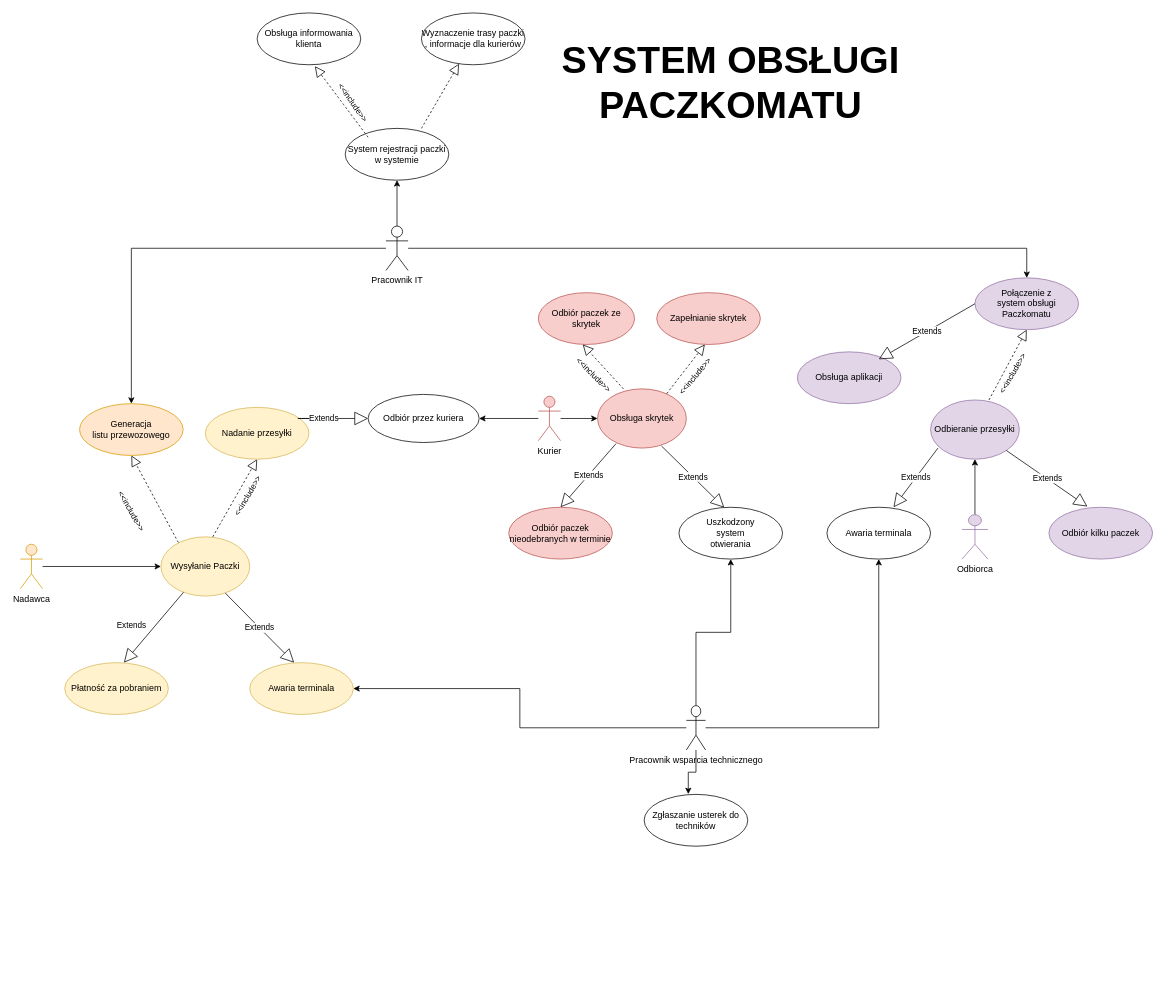
Above: diagram.drawio in mardyr/UML-and-diagrams (draw.io), before the change. Source tidied: cells renumbered, new cells numbered last; positions are measured from the earlier drawing's top-left corner, leaving out a move shared by most shapes. Both pictures are drawn from the tidied source at 74%, with x=0, y=0 at pixel (20, 13).
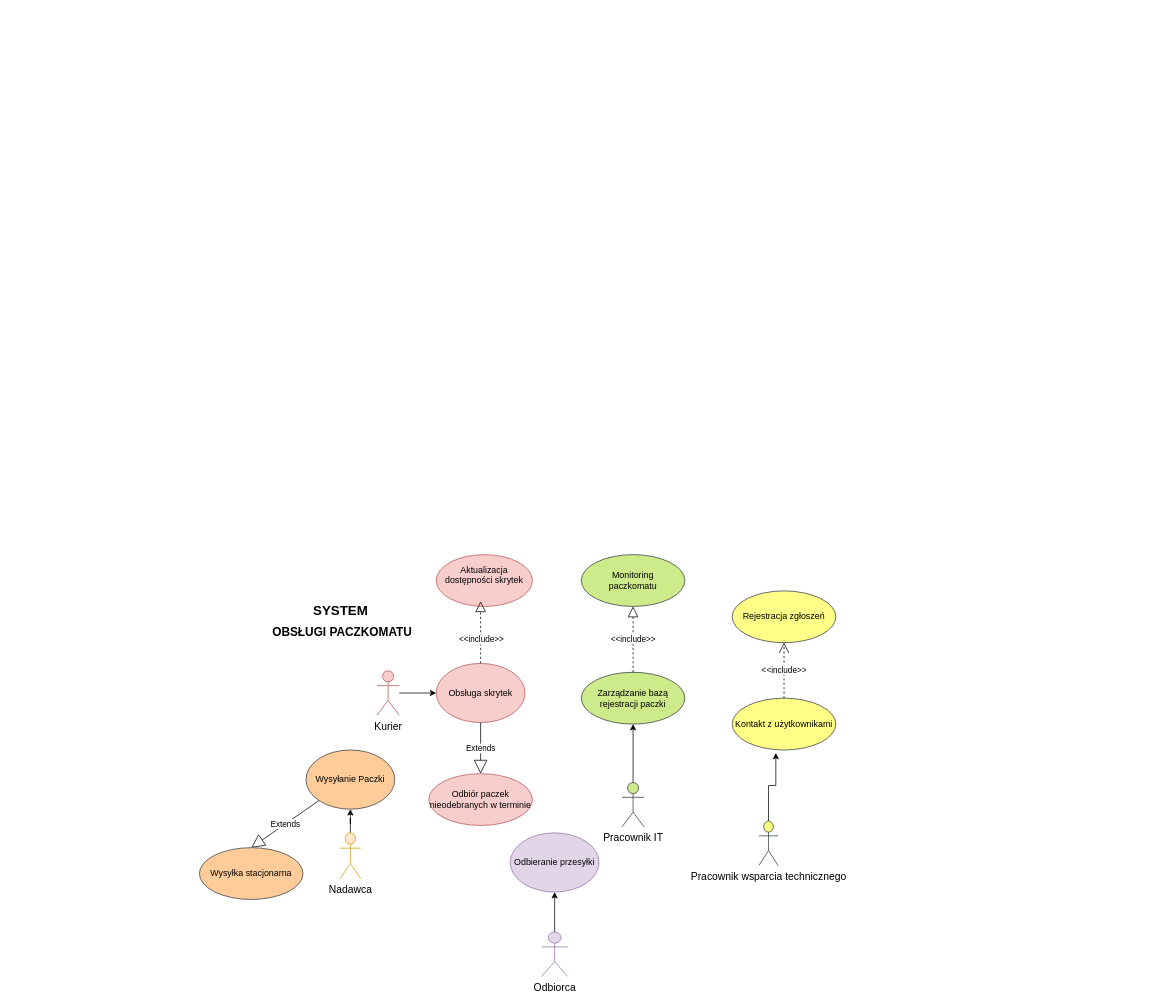
The same page after the edit.

Commit message:
Parcel locker update.drawio

What changed in the source:
```diff
@@
-    <mxCell id="3" value="Nadawca" style="shape=umlActor;verticalLabelPosition=bottom;verticalAlign=top;html=1;outlineConnect=0;fillColor=#ffe6cc;strokeColor=#d79b00;" parent="1" vertex="1">
-      <mxGeometry y="718" width="30" height="60" as="geometry" />
+    <mxCell id="3" value="&lt;font style=&quot;font-size: 14px&quot;&gt;Nadawca&lt;/font&gt;" style="shape=umlActor;verticalLabelPosition=bottom;verticalAlign=top;html=1;outlineConnect=0;fillColor=#ffe6cc;strokeColor=#d79b00;" parent="1" vertex="1">
+      <mxGeometry x="432" y="1108" width="28" height="62" as="geometry" />
     </mxCell>
-    <mxCell id="4" style="edgeStyle=orthogonalEdgeStyle;rounded=0;jettySize=auto;html=1;entryX=1;entryY=0.5;entryDx=0;entryDy=0;" parent="1" edge="1" source="6" target="17">
-      <mxGeometry relative="1" as="geometry" />
-    </mxCell>
@@
-    <mxCell id="6" value="Kurier" style="shape=umlActor;verticalLabelPosition=bottom;verticalAlign=top;html=1;outlineConnect=0;fillColor=#f8cecc;strokeColor=#b85450;" parent="1" vertex="1">
-      <mxGeometry x="700" y="518" width="30" height="60" as="geometry" />
+    <mxCell id="6" value="&lt;font style=&quot;font-size: 14px&quot;&gt;Kurier&lt;/font&gt;" style="shape=umlActor;verticalLabelPosition=bottom;verticalAlign=top;html=1;outlineConnect=0;fillColor=#f8cecc;strokeColor=#b85450;" parent="1" vertex="1">
+      <mxGeometry x="482" y="889" width="30" height="60" as="geometry" />
     </mxCell>
-    <mxCell id="7" value="Wysyłanie Paczki" style="ellipse;whiteSpace=wrap;html=1;fillColor=#fff2cc;strokeColor=#d6b656;" parent="1" vertex="1">
-      <mxGeometry x="190" y="708" width="120" height="80" as="geometry" />
+    <mxCell id="7" value="Wysyłanie Paczki" style="ellipse;whiteSpace=wrap;html=1;fillColor=#ffcc99;strokeColor=#36393d;" parent="1" vertex="1">
+      <mxGeometry x="386" y="996" width="120" height="80" as="geometry" />
     </mxCell>
     <mxCell id="8" value="Obsługa skrytek" style="ellipse;whiteSpace=wrap;html=1;strokeWidth=1;fontSize=12;fillColor=#f8cecc;strokeColor=#b85450;" parent="1" vertex="1">
-      <mxGeometry x="780" y="508" width="120" height="80" as="geometry" />
+      <mxGeometry x="562" y="879" width="120" height="80" as="geometry" />
     </mxCell>
-    <mxCell id="9" style="endArrow=block;dashed=1;endFill=0;endSize=12;html=1;exitX=0.5;exitY=0;exitDx=0;exitDy=0;entryX=0.5;entryY=1;entryDx=0;entryDy=0;" parent="1" edge="1" target="11">
-      <mxGeometry relative="1" as="geometry">
-        <mxPoint x="213.5" y="715.6" as="sourcePoint" />
-      </mxGeometry>
-    </mxCell>
-    <mxCell id="10" value="&amp;lt;&amp;lt;include&amp;gt;&amp;gt;" style="edgeLabel;html=1;align=center;verticalAlign=middle;rotation=60;" parent="9" vertex="1">
-      <mxGeometry x="-0.2" y="2" relative="1" as="geometry">
-        <mxPoint x="-36.3" y="2.5" as="offset" />
-      </mxGeometry>
-    </mxCell>
-    <mxCell id="11" value="&lt;div&gt;Generacja &lt;br&gt;&lt;/div&gt;&lt;div&gt;listu przewozowego&lt;br&gt;&lt;/div&gt;" style="ellipse;whiteSpace=wrap;html=1;fillColor=#ffe6cc;strokeColor=#d79b00;" parent="1" vertex="1">
-      <mxGeometry x="80" y="528" width="140" height="70" as="geometry" />
-    </mxCell>
-    <mxCell id="12" value="Extends" style="endArrow=block;endSize=16;endFill=0;html=1;" parent="1" edge="1" source="7">
-      <mxGeometry x="0.28" y="-25" relative="1" as="geometry">
-        <mxPoint x="140" y="878" as="targetPoint" />
-      </mxGeometry>
-    </mxCell>
-    <mxCell id="13" style="endArrow=block;dashed=1;endFill=0;endSize=12;html=1;entryX=0.5;entryY=1;entryDx=0;entryDy=0;" parent="1" edge="1" target="14">
-      <mxGeometry relative="1" as="geometry">
-        <mxPoint x="260" y="708" as="sourcePoint" />
-      </mxGeometry>
-    </mxCell>
-    <mxCell id="14" value="Nadanie przesyłki" style="ellipse;whiteSpace=wrap;html=1;fillColor=#fff2cc;strokeColor=#d6b656;" parent="1" vertex="1">
-      <mxGeometry x="250" y="533" width="140" height="70" as="geometry" />
-    </mxCell>
-    <mxCell id="15" value="&amp;lt;&amp;lt;include&amp;gt;&amp;gt;" style="edgeLabel;html=1;align=center;verticalAlign=middle;rotation=-60;" parent="1" vertex="1">
-      <mxGeometry x="460" y="778" as="geometry">
-        <mxPoint x="31.4" y="-195.5" as="offset" />
-      </mxGeometry>
-    </mxCell>
-    <mxCell id="16" value="Płatność za pobraniem" style="ellipse;whiteSpace=wrap;html=1;fillColor=#fff2cc;strokeColor=#d6b656;" parent="1" vertex="1">
-      <mxGeometry x="60" y="878" width="140" height="70" as="geometry" />
-    </mxCell>
-    <mxCell id="17" value="Odbiór przez kuriera" style="ellipse;whiteSpace=wrap;html=1;" parent="1" vertex="1">
-      <mxGeometry x="470" y="515.5" width="150" height="65" as="geometry" />
-    </mxCell>
-    <mxCell id="18" value="Extends" style="endArrow=block;endSize=16;endFill=0;html=1;" parent="1" edge="1" target="17">
-      <mxGeometry relative="1" as="geometry">
-        <mxPoint x="390" y="548" as="sourcePoint" />
-        <Array as="points">
-          <mxPoint x="370" y="548" />
-          <mxPoint x="390" y="548" />
-        </Array>
-      </mxGeometry>
-    </mxCell>
-    <mxCell id="19" value="Awaria terminala" style="ellipse;whiteSpace=wrap;html=1;fillColor=#fff2cc;strokeColor=#d6b656;" parent="1" vertex="1">
-      <mxGeometry x="310" y="878" width="140" height="70" as="geometry" />
-    </mxCell>
-    <mxCell id="20" value="Extends" style="endArrow=block;endSize=16;endFill=0;html=1;exitX=0.725;exitY=0.95;exitDx=0;exitDy=0;exitPerimeter=0;" parent="1" edge="1" source="7">
-      <mxGeometry relative="1" as="geometry">
-        <mxPoint x="370" y="878" as="targetPoint" />
-        <Array as="points">
-          <mxPoint x="340" y="848" />
-        </Array>
-      </mxGeometry>
-    </mxCell>
-    <mxCell id="21" value="Odbiór paczek ze skrytek" style="ellipse;whiteSpace=wrap;html=1;fillColor=#f8cecc;strokeColor=#b85450;" parent="1" vertex="1">
-      <mxGeometry x="700" y="378" width="130" height="70" as="geometry" />
+    <mxCell id="21" value="&lt;div&gt;Aktualizacja dostępności skrytek&lt;/div&gt;&lt;div&gt;&lt;br&gt;&lt;/div&gt;" style="ellipse;whiteSpace=wrap;html=1;fillColor=#f8cecc;strokeColor=#b85450;" parent="1" vertex="1">
+      <mxGeometry x="562" y="732" width="130" height="70" as="geometry" />
     </mxCell>
-    <mxCell id="22" value="Zapełnianie skrytek" style="ellipse;whiteSpace=wrap;html=1;fillColor=#f8cecc;strokeColor=#b85450;" parent="1" vertex="1">
-      <mxGeometry x="860" y="378" width="140" height="70" as="geometry" />
-    </mxCell>
-    <mxCell id="23" style="endArrow=block;dashed=1;endFill=0;endSize=12;html=1;" parent="1" edge="1">
+    <mxCell id="23" style="endArrow=block;dashed=1;endFill=0;endSize=12;html=1;exitX=0.5;exitY=0;exitDx=0;exitDy=0;entryX=0.5;entryY=1;entryDx=0;entryDy=0;" parent="1" edge="1" source="8">
       <mxGeometry relative="1" as="geometry">
-        <mxPoint x="815" y="508" as="sourcePoint" />
-        <mxPoint x="760" y="448" as="targetPoint" />
+        <mxPoint x="622" y="795" as="targetPoint" />
       </mxGeometry>
     </mxCell>
-    <mxCell id="24" value="&amp;lt;&amp;lt;include&amp;gt;&amp;gt;" style="edgeLabel;html=1;align=center;verticalAlign=middle;rotation=45;" parent="23" vertex="1">
-      <mxGeometry x="-0.32" relative="1" as="geometry">
-        <mxPoint x="-21.1" y="0.6" as="offset" />
-      </mxGeometry>
-    </mxCell>
-    <mxCell id="25" style="endArrow=block;dashed=1;endFill=0;endSize=12;html=1;exitX=0.779;exitY=0.081;exitDx=0;exitDy=0;exitPerimeter=0;" parent="1" edge="1" source="8">
-      <mxGeometry relative="1" as="geometry">
-        <mxPoint x="925" y="448" as="targetPoint" />
-      </mxGeometry>
-    </mxCell>
-    <mxCell id="26" value="&amp;lt;&amp;lt;include&amp;gt;&amp;gt;" style="edgeLabel;html=1;align=center;verticalAlign=middle;rotation=-50;" parent="25" vertex="1">
-      <mxGeometry x="0.35" y="-2" relative="1" as="geometry">
-        <mxPoint x="1.4" y="20.9" as="offset" />
-      </mxGeometry>
-    </mxCell>
+    <mxCell id="60" value="&amp;lt;&amp;lt;include&amp;gt;&amp;gt;" style="edgeLabel;html=1;align=center;verticalAlign=middle;" parent="23" vertex="1">
+      <mxGeometry x="-0.21" relative="1" as="geometry" />
+    </mxCell>
-    <mxCell id="27" value="Extends" style="endArrow=block;endSize=16;endFill=0;html=1;exitX=0.208;exitY=0.925;exitDx=0;exitDy=0;exitPerimeter=0;entryX=0.5;entryY=0;entryDx=0;entryDy=0;" parent="1" edge="1" source="8" target="28">
+    <mxCell id="27" value="Extends" style="endArrow=block;endSize=16;endFill=0;html=1;exitX=0.5;exitY=1;exitDx=0;exitDy=0;entryX=0.5;entryY=0;entryDx=0;entryDy=0;" parent="1" edge="1" source="8" target="28">
       <mxGeometry relative="1" as="geometry" />
     </mxCell>
     <mxCell id="28" value="&lt;div&gt;Odbiór paczek&lt;/div&gt;&lt;div&gt;nieodebranych w terminie&lt;br&gt;&lt;/div&gt;" style="ellipse;whiteSpace=wrap;html=1;fillColor=#f8cecc;strokeColor=#b85450;" parent="1" vertex="1">
-      <mxGeometry x="660" y="668" width="140" height="70" as="geometry" />
+      <mxGeometry x="552" y="1028" width="140" height="70" as="geometry" />
     </mxCell>
-    <mxCell id="29" value="Extends" style="endArrow=block;endSize=16;endFill=0;html=1;exitX=0.72;exitY=0.965;exitDx=0;exitDy=0;exitPerimeter=0;entryX=0.437;entryY=0.006;entryDx=0;entryDy=0;entryPerimeter=0;" parent="1" edge="1" source="8" target="30">
-      <mxGeometry relative="1" as="geometry" />
-    </mxCell>
-    <mxCell id="30" value="&lt;div&gt;Uszkodzony &lt;br&gt;&lt;/div&gt;&lt;div&gt;system &lt;br&gt;&lt;/div&gt;&lt;div&gt;otwierania&lt;br&gt;&lt;/div&gt;" style="ellipse;whiteSpace=wrap;html=1;" parent="1" vertex="1">
-      <mxGeometry x="890" y="668" width="140" height="70" as="geometry" />
-    </mxCell>
+    <mxCell id="33" value="Odbieranie przesyłki" style="ellipse;whiteSpace=wrap;html=1;fillColor=#e1d5e7;strokeColor=#9673a6;" parent="1" vertex="1">
+      <mxGeometry x="662" y="1108" width="120" height="80" as="geometry" />
+    </mxCell>
+    <mxCell id="43" value="&lt;div&gt;&lt;b&gt;&lt;font style=&quot;font-size: 12px&quot;&gt;&lt;font style=&quot;font-size: 51px&quot;&gt;&lt;font style=&quot;font-size: 18px&quot;&gt;SYSTEM&lt;/font&gt;&lt;br&gt;&lt;/font&gt;&lt;/font&gt;&lt;/b&gt;&lt;/div&gt;&lt;b&gt;&lt;font size=&quot;3&quot;&gt;&amp;nbsp;OBSŁUGI PACZKOMATU&lt;/font&gt;&lt;/b&gt;" style="text;html=1;strokeColor=none;fillColor=none;align=center;verticalAlign=middle;whiteSpace=wrap;rounded=0;" parent="1" vertex="1">
+      <mxGeometry x="74" y="773.5" width="718" height="64" as="geometry" />
+    </mxCell>
+    <mxCell id="61" style="edgeStyle=orthogonalEdgeStyle;rounded=0;jettySize=auto;html=1;entryX=0.421;entryY=1.057;entryDx=0;entryDy=0;entryPerimeter=0;" parent="1" edge="1" source="48" target="62">
+      <mxGeometry relative="1" as="geometry" />
+    </mxCell>
+    <mxCell id="48" value="&lt;font style=&quot;font-size: 14px&quot;&gt;Pracownik wsparcia technicznego&lt;/font&gt;" style="shape=umlActor;verticalLabelPosition=bottom;verticalAlign=top;html=1;outlineConnect=0;fillColor=#ffff88;strokeColor=#36393d;" parent="1" vertex="1">
+      <mxGeometry x="998" y="1092" width="26" height="60" as="geometry" />
+    </mxCell>
+    <mxCell id="52" style="edgeStyle=orthogonalEdgeStyle;rounded=0;jettySize=auto;html=1;entryX=0.5;entryY=1;entryDx=0;entryDy=0;" parent="1" edge="1" source="53" target="54">
+      <mxGeometry relative="1" as="geometry" />
+    </mxCell>
+    <mxCell id="54" value="Zarządzanie bazą rejestracji paczki" style="ellipse;whiteSpace=wrap;html=1;fillColor=#cdeb8b;strokeColor=#36393d;" parent="1" vertex="1">
+      <mxGeometry x="758" y="891" width="140" height="70" as="geometry" />
+    </mxCell>
+    <mxCell id="53" value="&lt;font style=&quot;font-size: 14px&quot;&gt;Pracownik IT&lt;/font&gt;" style="shape=umlActor;verticalLabelPosition=bottom;verticalAlign=top;html=1;fillColor=#cdeb8b;strokeColor=#36393d;" parent="1" vertex="1">
+      <mxGeometry x="813" y="1040" width="30" height="60" as="geometry" />
+    </mxCell>
+    <mxCell id="62" value="&lt;div&gt;Kontakt z użytkownikami&lt;/div&gt;" style="ellipse;whiteSpace=wrap;html=1;fillColor=#ffff88;strokeColor=#36393d;" parent="1" vertex="1">
+      <mxGeometry x="962" y="926" width="140" height="70" as="geometry" />
+    </mxCell>
+    <mxCell id="63" value="&lt;div&gt;Monitoring &lt;br&gt;&lt;/div&gt;&lt;div&gt;paczkomatu&lt;br&gt;&lt;/div&gt;" style="ellipse;whiteSpace=wrap;html=1;fillColor=#cdeb8b;strokeColor=#36393d;" parent="1" vertex="1">
+      <mxGeometry x="758" y="732" width="140" height="70" as="geometry" />
+    </mxCell>
-    <mxCell id="31" style="edgeStyle=orthogonalEdgeStyle;rounded=0;jettySize=auto;html=1;entryX=0.5;entryY=1;entryDx=0;entryDy=0;" parent="1" edge="1" source="32" target="33">
+    <mxCell id="31" style="edgeStyle=orthogonalEdgeStyle;rounded=0;jettySize=auto;html=1;" parent="1" edge="1" source="32" target="33">
       <mxGeometry relative="1" as="geometry" />
     </mxCell>
-    <mxCell id="32" value="Odbiorca" style="shape=umlActor;verticalLabelPosition=bottom;verticalAlign=top;html=1;outlineConnect=0;fillColor=#e1d5e7;strokeColor=#9673a6;" parent="1" vertex="1">
-      <mxGeometry x="1272.5" y="678" width="35" height="60" as="geometry" />
+    <mxCell id="32" value="&lt;font style=&quot;font-size: 14px&quot;&gt;Odbiorca&lt;/font&gt;" style="shape=umlActor;verticalLabelPosition=bottom;verticalAlign=top;html=1;outlineConnect=0;fillColor=#e1d5e7;strokeColor=#9673a6;" parent="1" vertex="1">
+      <mxGeometry x="704.5" y="1242" width="35" height="60" as="geometry" />
     </mxCell>
-    <mxCell id="33" value="Odbieranie przesyłki" style="ellipse;whiteSpace=wrap;html=1;fillColor=#e1d5e7;strokeColor=#9673a6;" parent="1" vertex="1">
-      <mxGeometry x="1230" y="523" width="120" height="80" as="geometry" />
-    </mxCell>
-    <mxCell id="34" style="endArrow=block;dashed=1;endFill=0;endSize=12;html=1;entryX=0.5;entryY=1;entryDx=0;entryDy=0;exitX=0.658;exitY=0;exitDx=0;exitDy=0;exitPerimeter=0;" parent="1" edge="1" source="33" target="36">
-      <mxGeometry relative="1" as="geometry" />
-    </mxCell>
-    <mxCell id="35" value="&amp;lt;&amp;lt;include&amp;gt;&amp;gt;" style="edgeLabel;html=1;align=center;verticalAlign=middle;rotation=-60;" parent="34" vertex="1">
-      <mxGeometry x="-0.21" y="-1" relative="1" as="geometry">
-        <mxPoint x="9.8" y="2.4" as="offset" />
-      </mxGeometry>
-    </mxCell>
-    <mxCell id="36" value="&lt;div&gt;Połączenie z &lt;br&gt;&lt;/div&gt;&lt;div&gt;system obsługi&lt;/div&gt;&lt;div&gt;Paczkomatu&lt;br&gt;&lt;/div&gt;" style="ellipse;whiteSpace=wrap;html=1;fillColor=#e1d5e7;strokeColor=#9673a6;" parent="1" vertex="1">
-      <mxGeometry x="1290" y="358" width="140" height="70" as="geometry" />
-    </mxCell>
-    <mxCell id="37" value="Obsługa aplikacji" style="ellipse;whiteSpace=wrap;html=1;fillColor=#e1d5e7;strokeColor=#9673a6;" parent="1" vertex="1">
-      <mxGeometry x="1050" y="458" width="140" height="70" as="geometry" />
-    </mxCell>
-    <mxCell id="38" value="Extends" style="endArrow=block;endSize=16;endFill=0;html=1;exitX=0;exitY=0.5;exitDx=0;exitDy=0;" parent="1" edge="1" source="36">
-      <mxGeometry relative="1" as="geometry">
-        <mxPoint x="1160" y="468" as="targetPoint" />
-      </mxGeometry>
-    </mxCell>
-    <mxCell id="39" value="Extends" style="endArrow=block;endSize=16;endFill=0;html=1;" parent="1" edge="1">
-      <mxGeometry relative="1" as="geometry">
-        <mxPoint x="1240" y="588" as="sourcePoint" />
-        <mxPoint x="1180" y="668" as="targetPoint" />
-      </mxGeometry>
-    </mxCell>
-    <mxCell id="40" value="Awaria terminala" style="ellipse;whiteSpace=wrap;html=1;" parent="1" vertex="1">
-      <mxGeometry x="1090" y="668" width="140" height="70" as="geometry" />
-    </mxCell>
-    <mxCell id="41" value="Odbiór kilku paczek" style="ellipse;whiteSpace=wrap;html=1;fillColor=#e1d5e7;strokeColor=#9673a6;" parent="1" vertex="1">
-      <mxGeometry x="1390" y="668" width="140" height="70" as="geometry" />
-    </mxCell>
-    <mxCell id="42" value="Extends" style="endArrow=block;endSize=16;endFill=0;html=1;exitX=1;exitY=1;exitDx=0;exitDy=0;entryX=0.371;entryY=-0.014;entryDx=0;entryDy=0;entryPerimeter=0;" parent="1" edge="1" source="33" target="41">
-      <mxGeometry relative="1" as="geometry" />
-    </mxCell>
-    <mxCell id="43" value="&lt;font style=&quot;font-size: 51px&quot;&gt;&lt;b&gt;&lt;font style=&quot;font-size: 51px&quot;&gt;SYSTEM OBSŁUGI PACZKOMATU&lt;/font&gt;&lt;/b&gt;&lt;/font&gt;" style="text;html=1;strokeColor=none;fillColor=none;align=center;verticalAlign=middle;whiteSpace=wrap;rounded=0;" parent="1" vertex="1">
-      <mxGeometry x="601" y="84" width="718" height="20" as="geometry" />
-    </mxCell>
-    <mxCell id="44" style="edgeStyle=orthogonalEdgeStyle;rounded=0;jettySize=auto;html=1;" parent="1" edge="1" source="48" target="30">
-      <mxGeometry relative="1" as="geometry" />
-    </mxCell>
-    <mxCell id="45" style="edgeStyle=orthogonalEdgeStyle;rounded=0;jettySize=auto;html=1;" parent="1" edge="1" source="48" target="40">
-      <mxGeometry relative="1" as="geometry" />
-    </mxCell>
-    <mxCell id="46" style="edgeStyle=orthogonalEdgeStyle;rounded=0;jettySize=auto;html=1;entryX=1;entryY=0.5;entryDx=0;entryDy=0;" parent="1" edge="1" source="48" target="19">
-      <mxGeometry relative="1" as="geometry" />
-    </mxCell>
-    <mxCell id="47" style="edgeStyle=orthogonalEdgeStyle;rounded=0;jettySize=auto;html=1;entryX=0.426;entryY=-0.006;entryDx=0;entryDy=0;entryPerimeter=0;" parent="1" edge="1" source="48" target="49">
-      <mxGeometry relative="1" as="geometry" />
-    </mxCell>
-    <mxCell id="48" value="Pracownik wsparcia technicznego" style="shape=umlActor;verticalLabelPosition=bottom;verticalAlign=top;html=1;outlineConnect=0;" parent="1" vertex="1">
-      <mxGeometry x="900" y="936" width="26" height="60" as="geometry" />
-    </mxCell>
-    <mxCell id="49" value="Zgłaszanie usterek do techników" style="ellipse;whiteSpace=wrap;html=1;" parent="1" vertex="1">
-      <mxGeometry x="843" y="1056" width="140" height="70" as="geometry" />
-    </mxCell>
-    <mxCell id="50" style="edgeStyle=orthogonalEdgeStyle;rounded=0;jettySize=auto;html=1;entryX=0.5;entryY=0;entryDx=0;entryDy=0;" parent="1" edge="1" source="53" target="11">
-      <mxGeometry relative="1" as="geometry" />
-    </mxCell>
-    <mxCell id="51" style="edgeStyle=orthogonalEdgeStyle;rounded=0;jettySize=auto;html=1;entryX=0.5;entryY=0;entryDx=0;entryDy=0;" parent="1" edge="1" source="53" target="36">
-      <mxGeometry relative="1" as="geometry" />
-    </mxCell>
-    <mxCell id="52" style="edgeStyle=orthogonalEdgeStyle;rounded=0;jettySize=auto;html=1;entryX=0.5;entryY=1;entryDx=0;entryDy=0;" parent="1" edge="1" source="53" target="54">
-      <mxGeometry relative="1" as="geometry" />
-    </mxCell>
-    <mxCell id="53" value="Pracownik IT" style="shape=umlActor;verticalLabelPosition=bottom;verticalAlign=top;html=1;" parent="1" vertex="1">
-      <mxGeometry x="494" y="288" width="30" height="60" as="geometry" />
-    </mxCell>
-    <mxCell id="54" value="System rejestracji paczki w systemie" style="ellipse;whiteSpace=wrap;html=1;" parent="1" vertex="1">
-      <mxGeometry x="439" y="156" width="140" height="70" as="geometry" />
-    </mxCell>
-    <mxCell id="55" value="Obsługa informowania klienta" style="ellipse;whiteSpace=wrap;html=1;" parent="1" vertex="1">
-      <mxGeometry x="320" width="140" height="70" as="geometry" />
-    </mxCell>
-    <mxCell id="56" style="endArrow=block;dashed=1;endFill=0;endSize=12;html=1;exitX=0.221;exitY=0.171;exitDx=0;exitDy=0;exitPerimeter=0;" parent="1" edge="1" source="54">
-      <mxGeometry relative="1" as="geometry">
-        <mxPoint x="398" y="72" as="targetPoint" />
-        <Array as="points">
-          <mxPoint x="434" y="120" />
-        </Array>
-      </mxGeometry>
-    </mxCell>
-    <mxCell id="57" value="&amp;lt;&amp;lt;include&amp;gt;&amp;gt;" style="edgeLabel;html=1;align=center;verticalAlign=middle;rotation=55;" parent="56" vertex="1">
-      <mxGeometry x="0.35" relative="1" as="geometry">
-        <mxPoint x="28.5" y="16.7" as="offset" />
-      </mxGeometry>
-    </mxCell>
-    <mxCell id="58" value="&lt;div&gt;Wyznaczenie trasy paczki&lt;/div&gt;&lt;div&gt;, informacje dla kurierów&lt;br&gt;&lt;/div&gt;" style="ellipse;whiteSpace=wrap;html=1;" parent="1" vertex="1">
-      <mxGeometry x="542" width="140" height="70" as="geometry" />
-    </mxCell>
-    <mxCell id="59" style="endArrow=block;dashed=1;endFill=0;endSize=12;html=1;exitX=0.736;exitY=0;exitDx=0;exitDy=0;exitPerimeter=0;" parent="1" edge="1" source="54" target="58">
-      <mxGeometry relative="1" as="geometry" />
-    </mxCell>
+    <mxCell id="64" value="&amp;lt;&amp;lt;include&amp;gt;&amp;gt;" style="endArrow=block;dashed=1;endFill=0;endSize=12;html=1;entryX=0.5;entryY=1;entryDx=0;entryDy=0;exitX=0.5;exitY=0;exitDx=0;exitDy=0;" parent="1" edge="1" source="54" target="63">
+      <mxGeometry relative="1" as="geometry" />
+    </mxCell>
+    <mxCell id="65" value="Rejestracja zgłoszeń" style="ellipse;whiteSpace=wrap;html=1;fillColor=#ffff88;strokeColor=#36393d;" parent="1" vertex="1">
+      <mxGeometry x="962" y="781" width="140" height="70" as="geometry" />
+    </mxCell>
+    <mxCell id="66" value="&amp;lt;&amp;lt;include&amp;gt;&amp;gt;" style="endArrow=open;endSize=12;dashed=1;html=1;exitX=0.5;exitY=0;exitDx=0;exitDy=0;" parent="1" edge="1" source="62" target="65">
+      <mxGeometry relative="1" as="geometry" />
+    </mxCell>
+    <mxCell id="67" value="Extends" style="endArrow=block;endSize=16;endFill=0;html=1;exitX=0;exitY=1;exitDx=0;exitDy=0;entryX=0.5;entryY=0;entryDx=0;entryDy=0;" parent="1" edge="1" source="7" target="68">
+      <mxGeometry relative="1" as="geometry" />
+    </mxCell>
+    <mxCell id="68" value="Wysyłka stacjonarna" style="ellipse;whiteSpace=wrap;html=1;fillColor=#ffcc99;strokeColor=#36393d;" parent="1" vertex="1">
+      <mxGeometry x="242" y="1128" width="140" height="70" as="geometry" />
+    </mxCell>
```
